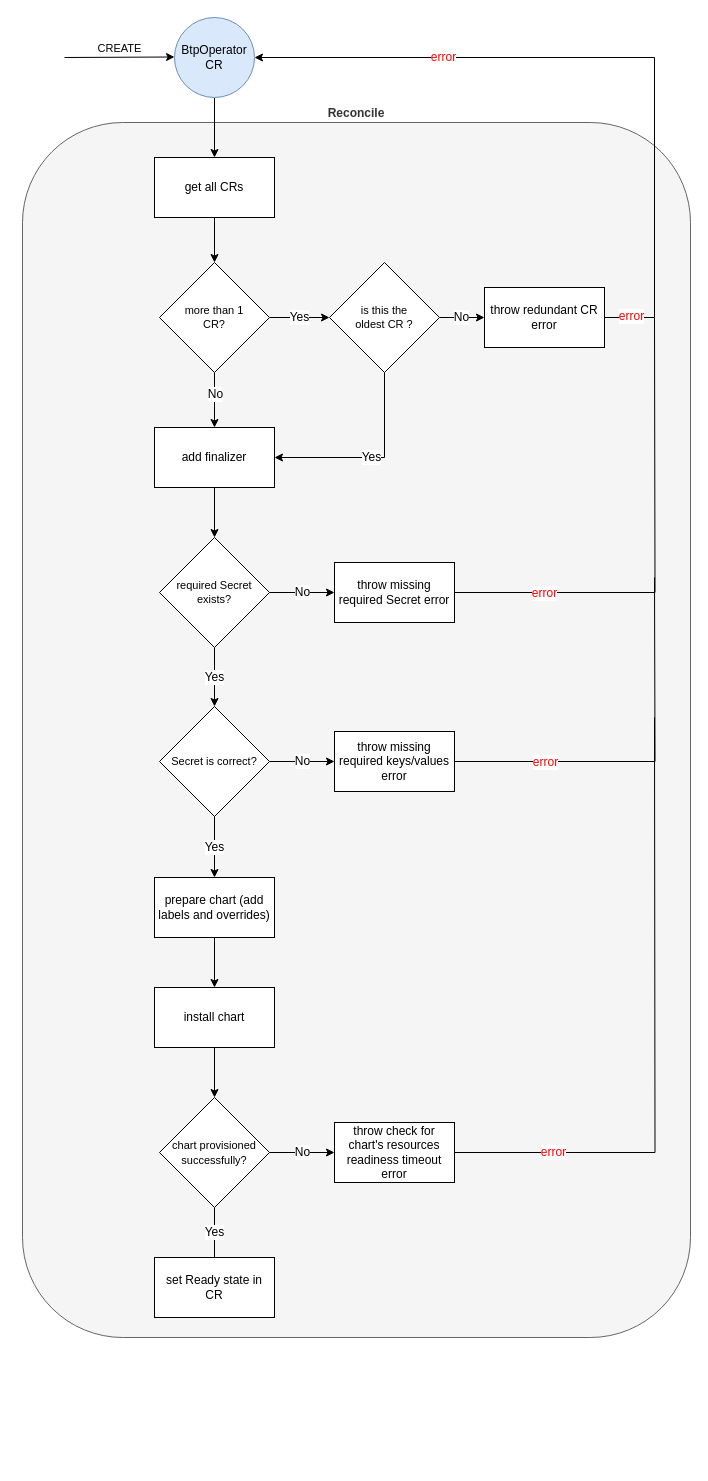
Before: docs/assets/activity_provisioning.drawio in kyma-project/btp-manager, a draw.io diagram. Source tidied: cells renumbered, new cells numbered last; positions are measured from the earlier drawing's top-left corner, leaving out a move shared by most shapes. Both pictures are drawn from the tidied source at 100%, with x=0, y=0 at pixel (22, 17).
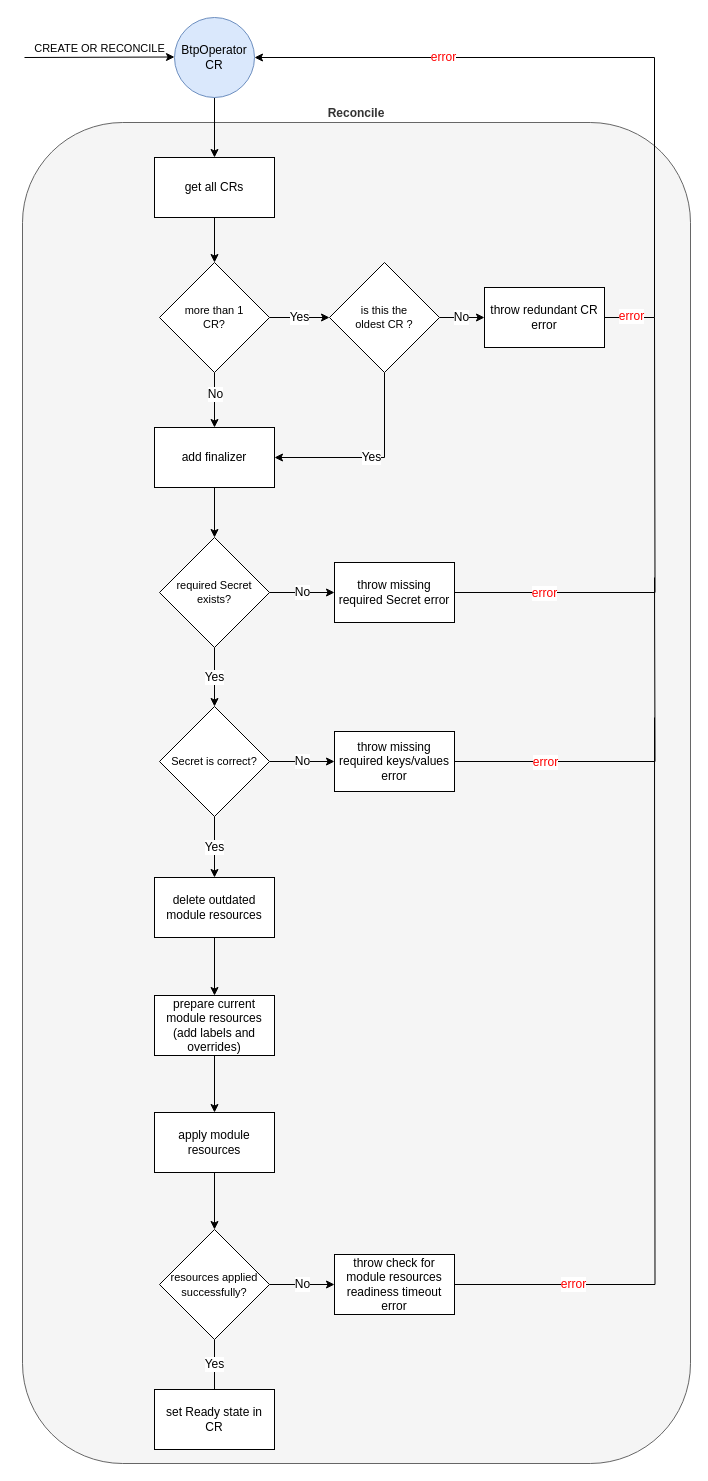
The same diagram, later.

The edit, as a diff of the source:
```diff
@@
     <mxCell id="2" value="Reconcile" style="rounded=1;whiteSpace=wrap;html=1;fontColor=#333333;fillColor=#f5f5f5;strokeColor=#666666;labelPosition=center;verticalLabelPosition=top;align=center;verticalAlign=bottom;fontStyle=1;" parent="1" vertex="1">
-      <mxGeometry y="105" width="668" height="1215" as="geometry" />
+      <mxGeometry y="105" width="668" height="1341" as="geometry" />
     </mxCell>
@@
-    <mxCell id="5" value="CREATE" style="endArrow=classic;html=1;rounded=0;labelPosition=center;verticalLabelPosition=top;align=center;verticalAlign=bottom;" parent="1" edge="1">
+    <mxCell id="5" value="CREATE OR RECONCILE" style="endArrow=classic;html=1;rounded=0;labelPosition=center;verticalLabelPosition=top;align=center;verticalAlign=bottom;" parent="1" edge="1">
       <mxGeometry relative="1" as="geometry">
-        <mxPoint x="42" y="40" as="sourcePoint" />
+        <mxPoint x="2" y="40" as="sourcePoint" />
         <mxPoint x="152" y="39.5" as="targetPoint" />
       </mxGeometry>
     </mxCell>
@@
-    <mxCell id="35" value="prepare chart (add labels and overrides)" style="whiteSpace=wrap;html=1;" parent="1" vertex="1">
+    <mxCell id="35" value="delete outdated module resources" style="whiteSpace=wrap;html=1;" parent="1" vertex="1">
       <mxGeometry x="132" y="860" width="120" height="60" as="geometry" />
     </mxCell>
-    <mxCell id="36" style="edgeStyle=orthogonalEdgeStyle;rounded=0;jettySize=auto;html=1;fontSize=12;fontColor=#000000;endArrow=classic;endFill=1;" parent="1" edge="1" source="37" target="40">
-      <mxGeometry relative="1" as="geometry" />
-    </mxCell>
+    <mxCell id="44" style="edgeStyle=orthogonalEdgeStyle;rounded=0;jettySize=auto;html=1;" parent="1" edge="1" source="37" target="46">
+      <mxGeometry relative="1" as="geometry" />
+    </mxCell>
-    <mxCell id="37" value="install chart" style="whiteSpace=wrap;html=1;" parent="1" vertex="1">
-      <mxGeometry x="132" y="970" width="120" height="60" as="geometry" />
+    <mxCell id="37" value="prepare current module resources (add labels and overrides)" style="whiteSpace=wrap;html=1;" parent="1" vertex="1">
+      <mxGeometry x="132" y="978" width="120" height="60" as="geometry" />
     </mxCell>
@@
-    <mxCell id="40" value="&lt;font style=&quot;font-size: 11px;&quot;&gt;chart provisioned successfully?&lt;/font&gt;" style="rhombus;whiteSpace=wrap;html=1;" parent="1" vertex="1">
-      <mxGeometry x="137" y="1080" width="110" height="110" as="geometry" />
+    <mxCell id="40" value="&lt;font style=&quot;font-size: 11px;&quot;&gt;resources applied successfully?&lt;/font&gt;" style="rhombus;whiteSpace=wrap;html=1;" parent="1" vertex="1">
+      <mxGeometry x="137" y="1212" width="110" height="110" as="geometry" />
     </mxCell>
@@
-    <mxCell id="42" value="throw check for chart's resources readiness timeout error" style="whiteSpace=wrap;html=1;" parent="1" vertex="1">
-      <mxGeometry x="312" y="1105" width="120" height="60" as="geometry" />
+    <mxCell id="42" value="throw check for module resources readiness timeout error" style="whiteSpace=wrap;html=1;" parent="1" vertex="1">
+      <mxGeometry x="312" y="1237" width="120" height="60" as="geometry" />
     </mxCell>
     <mxCell id="43" value="set Ready state in&lt;br&gt;CR" style="whiteSpace=wrap;html=1;" parent="1" vertex="1">
-      <mxGeometry x="132" y="1240" width="120" height="60" as="geometry" />
+      <mxGeometry x="132" y="1372" width="120" height="60" as="geometry" />
     </mxCell>
+    <mxCell id="45" style="edgeStyle=orthogonalEdgeStyle;rounded=0;jettySize=auto;html=1;exitX=0.5;exitY=1;exitDx=0;exitDy=0;entryX=0.5;entryY=0;entryDx=0;entryDy=0;" parent="1" edge="1" source="46" target="40">
+      <mxGeometry relative="1" as="geometry" />
+    </mxCell>
+    <mxCell id="46" value="apply module resources" style="whiteSpace=wrap;html=1;" parent="1" vertex="1">
+      <mxGeometry x="132" y="1095" width="120" height="60" as="geometry" />
+    </mxCell>
```
